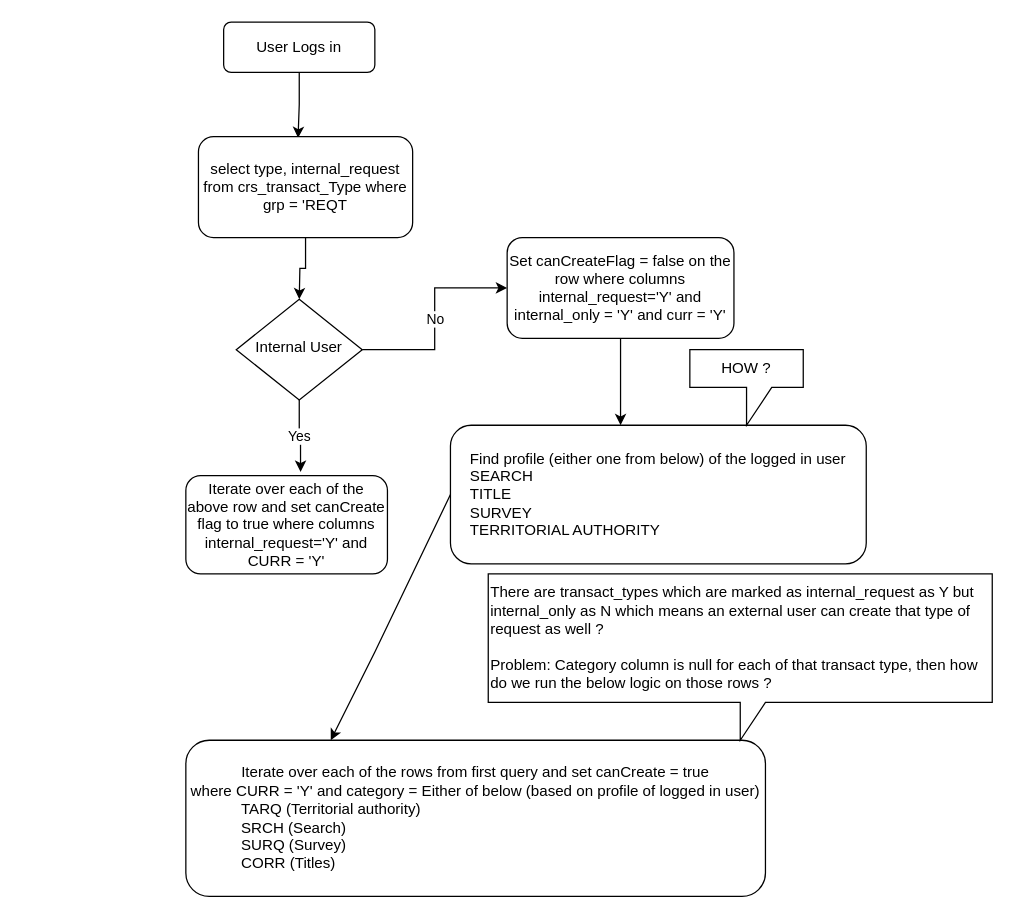
The draw.io diagram src/main/resources/Untitled Diagram.drawio in aryasunny/employee-api, before the edit. Source tidied: cells renumbered, new cells numbered last; positions are measured from the earlier drawing's top-left corner, leaving out a move shared by most shapes. Both pictures are drawn from the tidied source at 126%, with x=0, y=0 at pixel (185, 21).
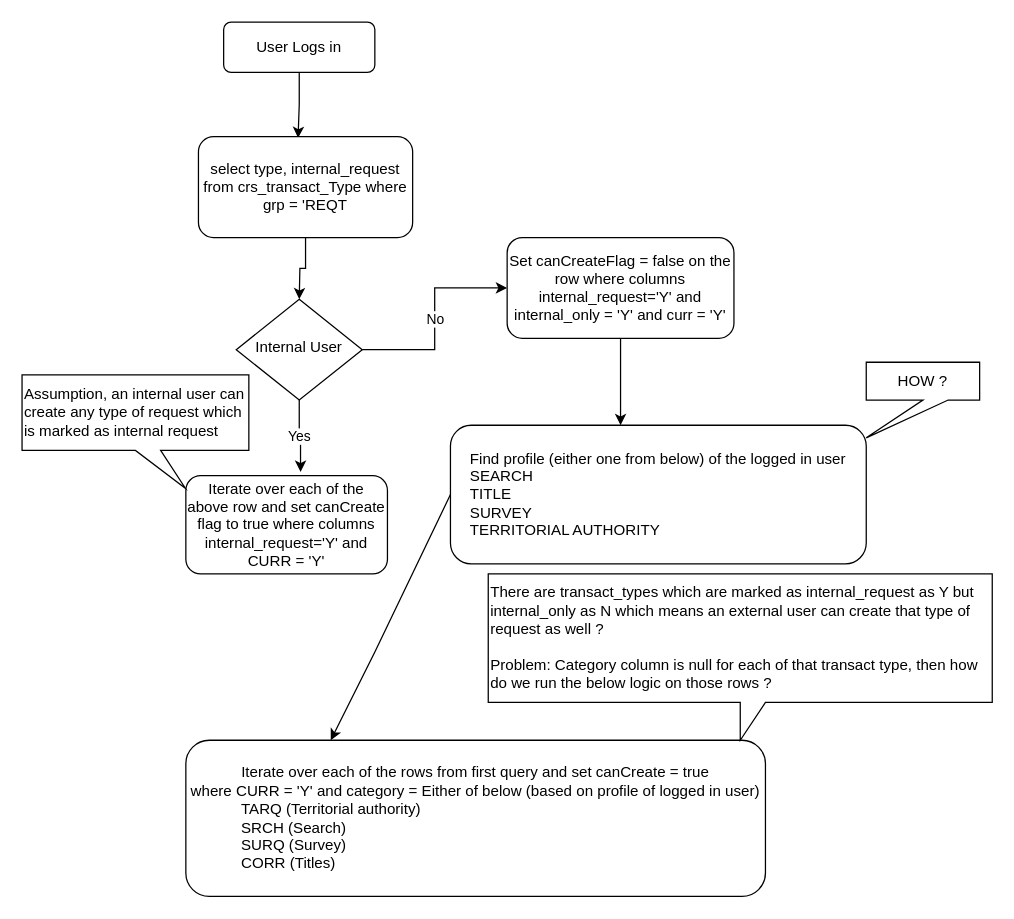
Above is the later version.

Commit message (it also covers changes not shown here):
Flow Diagram

Diff of the diagram source:
```diff
@@
-    <mxCell id="14" value="HOW ?" style="shape=callout;whiteSpace=wrap;html=1;perimeter=calloutPerimeter;" parent="1" vertex="1">
-      <mxGeometry x="400" y="260" width="90" height="60" as="geometry" />
+    <mxCell id="14" value="HOW ?" style="shape=callout;whiteSpace=wrap;html=1;perimeter=calloutPerimeter;position2=0;" parent="1" vertex="1">
+      <mxGeometry x="540" y="270" width="90" height="60" as="geometry" />
     </mxCell>
@@
+    <mxCell id="17" value="Assumption, an internal user can create any type of request which is marked as internal request" style="shape=callout;whiteSpace=wrap;html=1;perimeter=calloutPerimeter;position2=0.72;align=left;" parent="1" vertex="1">
+      <mxGeometry x="-130" y="280" width="180" height="90" as="geometry" />
+    </mxCell>
```
